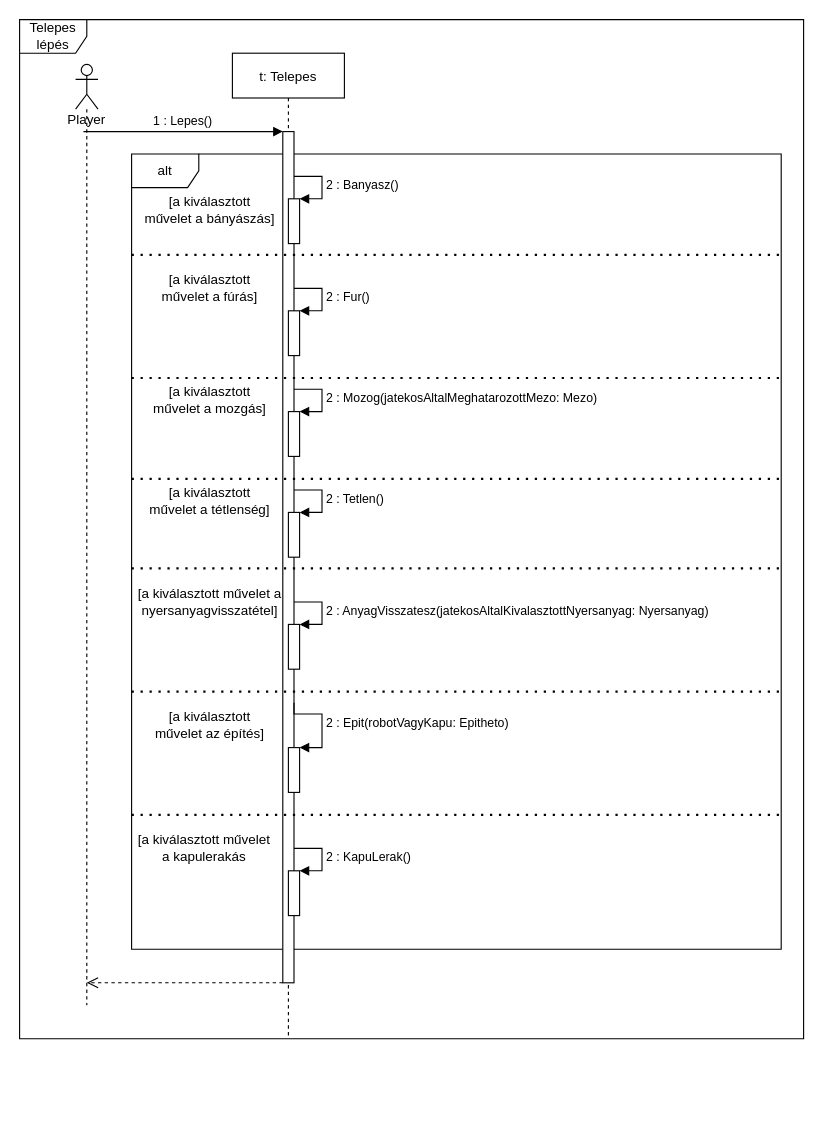
This is doc/uml/telepes_lepes.drawio from torpeBoiGo/aszteroidabanyaszat, a draw.io file, before an edit. Source tidied: cells renumbered, new cells numbered last; positions are measured from the earlier drawing's top-left corner, leaving out a move shared by most shapes. Both pictures are drawn from the tidied source at 112%, with x=0, y=0 at pixel (19, 19).
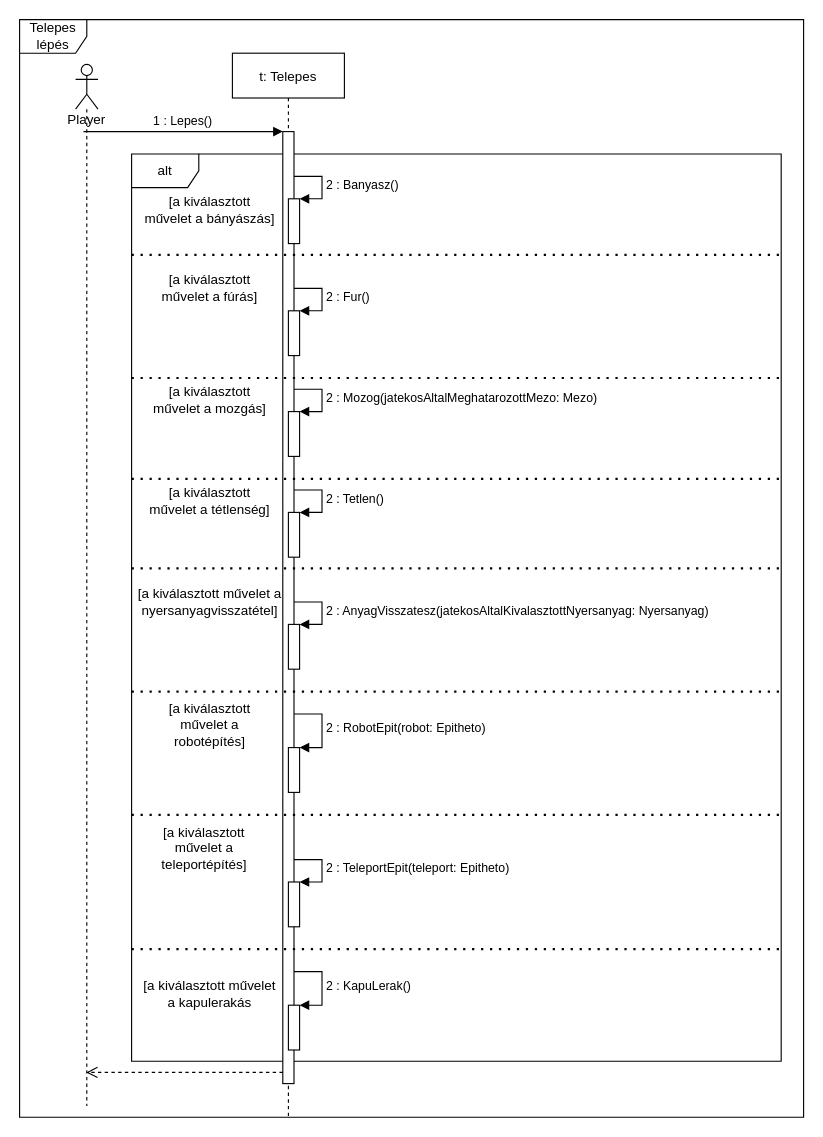
Above is the later version.

Commit message:
TeleportEpit(e), RobotEpit(e) külön

The change refers to these unchanged cells:
```xml
<mxCell id="17" style="html=1;points=[];perimeter=orthogonalPerimeter;" parent="1" vertex="1">
  <mxGeometry x="240" y="650" width="10" height="40" as="geometry" />
</mxCell>
```

Change to the diagram source:
```diff
@@
     <mxCell id="2" value="Telepes lépés" style="shape=umlFrame;whiteSpace=wrap;html=1;" parent="1" vertex="1">
-      <mxGeometry width="700" height="910" as="geometry" />
+      <mxGeometry width="700" height="980" as="geometry" />
     </mxCell>
     <mxCell id="3" value="alt" style="shape=umlFrame;whiteSpace=wrap;html=1;" parent="1" vertex="1">
-      <mxGeometry x="100" y="120" width="580" height="710" as="geometry" />
+      <mxGeometry x="100" y="120" width="580" height="810" as="geometry" />
     </mxCell>
     <mxCell id="4" value="t: Telepes" style="shape=umlLifeline;perimeter=lifelinePerimeter;rounded=0;shadow=0;strokeWidth=1;" parent="1" vertex="1">
-      <mxGeometry x="190" y="30" width="100" height="880" as="geometry" />
+      <mxGeometry x="190" y="30" width="100" height="950" as="geometry" />
     </mxCell>
     <mxCell id="5" style="points=[];perimeter=orthogonalPerimeter;rounded=0;shadow=0;strokeWidth=1;" parent="4" vertex="1">
-      <mxGeometry x="45" y="70" width="10" height="760" as="geometry" />
+      <mxGeometry x="45" y="70" width="10" height="850" as="geometry" />
     </mxCell>
+    <mxCell id="36" style="html=1;points=[];perimeter=orthogonalPerimeter;" parent="4" vertex="1">
+      <mxGeometry x="50" y="740" width="10" height="40" as="geometry" />
+    </mxCell>
+    <mxCell id="37" value="2 : TeleportEpit(teleport: Epitheto)" style="edgeStyle=orthogonalEdgeStyle;html=1;align=left;spacingLeft=2;endArrow=block;rounded=0;entryX=1;entryY=0;" parent="4" edge="1" source="5" target="36">
+      <mxGeometry relative="1" as="geometry">
+        <Array as="points">
+          <mxPoint x="80" y="720" />
+          <mxPoint x="80" y="740" />
+        </Array>
+      </mxGeometry>
+    </mxCell>
-    <mxCell id="6" style="verticalAlign=bottom;endArrow=open;dashed=1;endSize=8;shadow=0;strokeWidth=1;" parent="1" edge="1" source="5">
+    <mxCell id="6" style="verticalAlign=bottom;endArrow=open;dashed=1;endSize=8;shadow=0;strokeWidth=1;" parent="1" edge="1" source="5" target="35">
       <mxGeometry relative="1" as="geometry">
-        <mxPoint x="60" y="860" as="targetPoint" />
+        <Array as="points">
+          <mxPoint x="190" y="940" />
+        </Array>
       </mxGeometry>
     </mxCell>
@@
-    <mxCell id="18" value="2 : Epit(robotVagyKapu: Epitheto)" style="edgeStyle=orthogonalEdgeStyle;html=1;align=left;spacingLeft=2;endArrow=block;rounded=0;entryX=1;entryY=0;" parent="1" edge="1" target="17">
+    <mxCell id="18" value="2 : RobotEpit(robot: Epitheto)" style="edgeStyle=orthogonalEdgeStyle;html=1;align=left;spacingLeft=2;endArrow=block;rounded=0;entryX=1;entryY=0;" parent="1" edge="1" source="5" target="17">
       <mxGeometry relative="1" as="geometry">
-        <mxPoint x="245" y="610" as="sourcePoint" />
         <Array as="points">
-          <mxPoint x="245" y="620" />
           <mxPoint x="270" y="620" />
           <mxPoint x="270" y="650" />
         </Array>
       </mxGeometry>
     </mxCell>
     <mxCell id="19" style="html=1;points=[];perimeter=orthogonalPerimeter;" parent="1" vertex="1">
-      <mxGeometry x="240" y="760" width="10" height="40" as="geometry" />
+      <mxGeometry x="240" y="880" width="10" height="40" as="geometry" />
     </mxCell>
     <mxCell id="20" value="2 : KapuLerak()" style="edgeStyle=orthogonalEdgeStyle;html=1;align=left;spacingLeft=2;endArrow=block;rounded=0;entryX=1;entryY=0;" parent="1" edge="1" target="19">
       <mxGeometry relative="1" as="geometry">
-        <mxPoint x="245" y="740" as="sourcePoint" />
+        <mxPoint x="245" y="850" as="sourcePoint" />
         <Array as="points">
-          <mxPoint x="270" y="740" />
+          <mxPoint x="245" y="850" />
+          <mxPoint x="270" y="850" />
+          <mxPoint x="270" y="880" />
         </Array>
       </mxGeometry>
     </mxCell>
@@
-    <mxCell id="32" value="[a kiválasztott művelet az építés]" style="text;html=1;strokeColor=none;fillColor=none;align=center;verticalAlign=middle;whiteSpace=wrap;rounded=0;" parent="1" vertex="1">
+    <mxCell id="32" value="[a kiválasztott művelet a robotépítés]" style="text;html=1;strokeColor=none;fillColor=none;align=center;verticalAlign=middle;whiteSpace=wrap;rounded=0;" parent="1" vertex="1">
       <mxGeometry x="110" y="620" width="120" height="20" as="geometry" />
     </mxCell>
     <mxCell id="33" value="[a kiválasztott művelet a kapulerakás" style="text;html=1;strokeColor=none;fillColor=none;align=center;verticalAlign=middle;whiteSpace=wrap;rounded=0;" parent="1" vertex="1">
-      <mxGeometry x="100" y="730" width="130" height="20" as="geometry" />
+      <mxGeometry x="105" y="860" width="130" height="20" as="geometry" />
     </mxCell>
@@
     <mxCell id="35" value="Player" style="shape=umlLifeline;participant=umlActor;perimeter=lifelinePerimeter;whiteSpace=wrap;html=1;verticalAlign=top;spacingTop=36;outlineConnect=0;" parent="1" vertex="1">
-      <mxGeometry x="50" y="40" width="20" height="840" as="geometry" />
+      <mxGeometry x="50" y="40" width="20" height="930" as="geometry" />
     </mxCell>
+    <mxCell id="38" style="endArrow=none;dashed=1;html=1;dashPattern=1 3;strokeWidth=2;" parent="1" edge="1">
+      <mxGeometry relative="1" as="geometry">
+        <mxPoint x="100" y="830" as="sourcePoint" />
+        <mxPoint x="680" y="830" as="targetPoint" />
+      </mxGeometry>
+    </mxCell>
+    <mxCell id="39" value="[a kiválasztott művelet a teleportépítés]" style="text;html=1;strokeColor=none;fillColor=none;align=center;verticalAlign=middle;whiteSpace=wrap;rounded=0;" parent="1" vertex="1">
+      <mxGeometry x="105" y="730" width="120" height="20" as="geometry" />
+    </mxCell>
```
